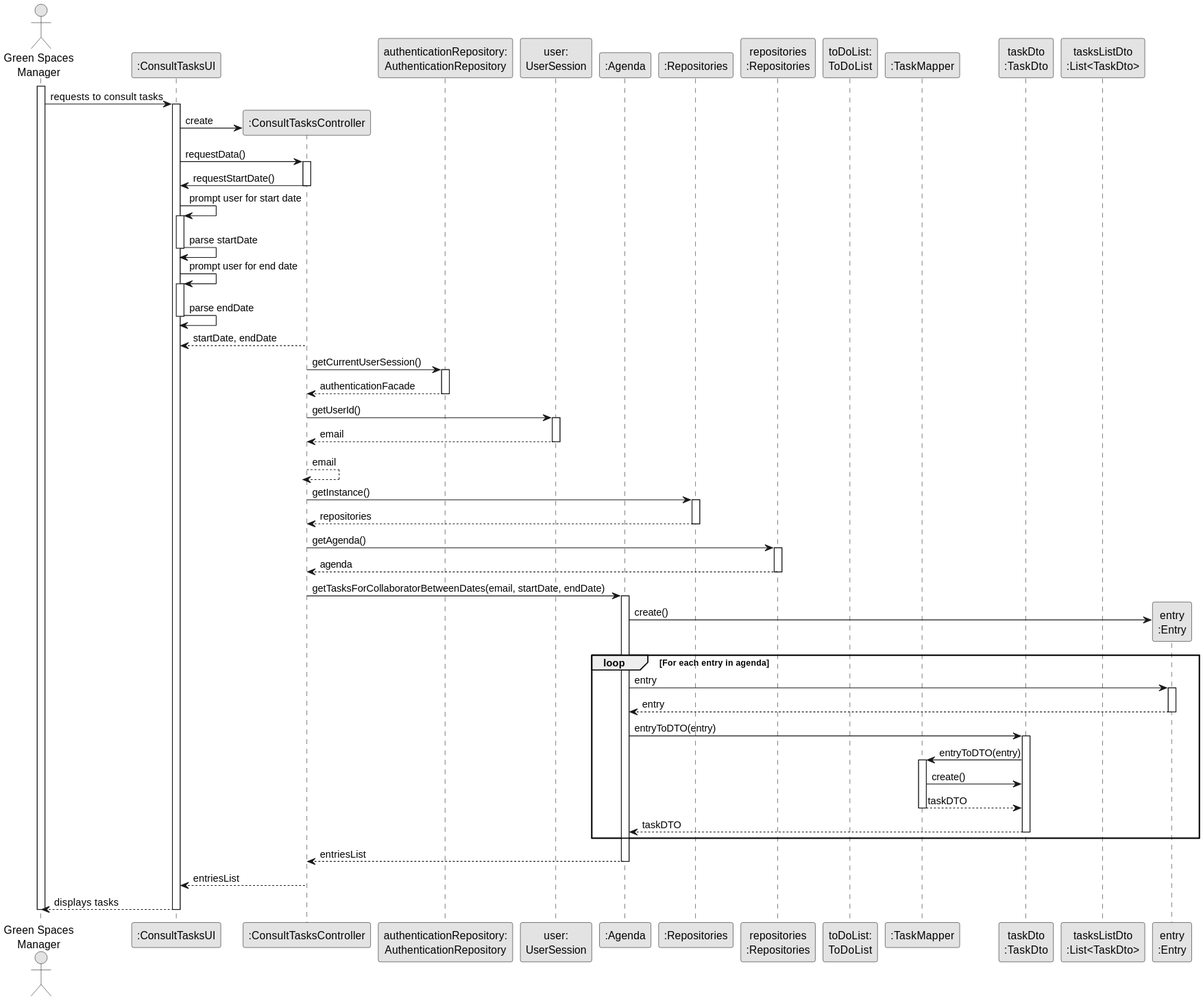
Before: docs/sprintA&B&C/us028/03.design/svg/us028-sequence-diagram-full.svg, a diagram exported from PlantUML (daniel41silva05/ISEP_2023_2024_LAPR2). Its diagram source:
```plantuml
@startuml
skinparam monochrome true
skinparam packageStyle rectangle
skinparam shadowing false

actor "Green Spaces\nManager" as GSM
participant ":ConsultTasksUI" as UI
participant ":ConsultTasksController" as CTRL
participant "authenticationRepository:\nAuthenticationRepository" as authentication
participant "user:\nUserSession" as user
participant ":Agenda" as agenda
participant ":Repositories" as REP
participant "repositories\n:Repositories" as REPS
participant "toDoList:\nToDoList" as toDoList
participant ":TaskMapper" as taskMAPPER
participant "taskDto\n:TaskDto" as taskDTO
participant "tasksListDto\n:List<TaskDto>" as taskListDTO
participant "entry\n:Entry" as ENTRY

activate GSM

    GSM -> UI : requests to consult tasks
    activate UI

        UI -> CTRL** : create

        UI -> CTRL : requestData()
        activate CTRL

            CTRL -> UI : requestStartDate()
            deactivate CTRL

            UI -> UI : prompt user for start date
            activate UI

            UI -> UI : parse startDate
            deactivate UI

            UI -> UI : prompt user for end date
            activate UI

            UI -> UI : parse endDate
            deactivate UI

            CTRL --> UI : startDate, endDate
            deactivate CTRL

        CTRL -> authentication : getCurrentUserSession()
        activate authentication

            authentication --> CTRL : authenticationFacade
            deactivate authentication

            CTRL -> user : getUserId()
            activate user

                user --> CTRL : email
                deactivate user

            CTRL --> CTRL : email
            deactivate CTRL

        CTRL -> REP : getInstance()
        activate REP

            REP --> CTRL : repositories
            deactivate REP

            CTRL -> REPS : getAgenda()
            activate REPS

                REPS --> CTRL : agenda
                deactivate REPS

                CTRL -> agenda : getTasksForCollaboratorBetweenDates(email, startDate, endDate)
                activate agenda

                    agenda -> ENTRY** : create()

                    loop For each entry in agenda

                        agenda -> ENTRY: entry
                        activate ENTRY

                        ENTRY --> agenda : entry
                        deactivate ENTRY

                        agenda -> taskDTO: entryToDTO(entry)
                        activate taskDTO

                            taskDTO -> taskMAPPER: entryToDTO(entry)
                            activate taskMAPPER

                                taskMAPPER -> taskDTO : create()

                            taskMAPPER --> taskDTO : taskDTO
                            deactivate taskMAPPER

                        taskDTO --> agenda : taskDTO
                        deactivate taskDTO

                    end

                agenda --> CTRL : entriesList
                deactivate agenda

            CTRL --> UI : entriesList
            deactivate CTRL

    UI --> GSM : displays tasks
    deactivate UI

deactivate GSM
@enduml
```
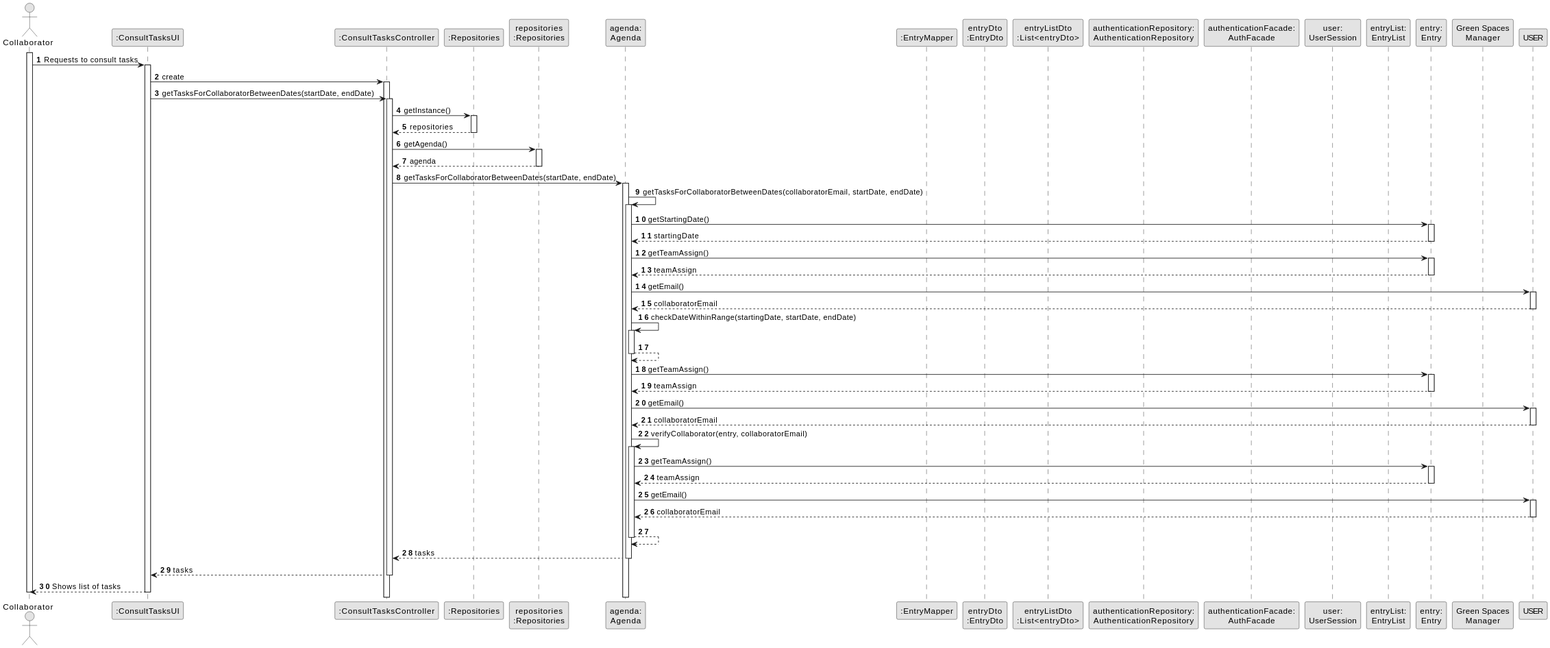
Later version of the same file.

Commit message:
US28 Split Sequence Diagram Correction

The edit, as a diff of the source:
```diff
@@ -3,112 +3,115 @@
 skinparam packageStyle rectangle
 skinparam shadowing false
 
-actor "Green Spaces\nManager" as GSM
+autonumber
+
+actor "Collaborator" as COLLABORATOR
 participant ":ConsultTasksUI" as UI
 participant ":ConsultTasksController" as CTRL
-participant "authenticationRepository:\nAuthenticationRepository" as authentication
-participant "user:\nUserSession" as user
-participant ":Agenda" as agenda
 participant ":Repositories" as REP
 participant "repositories\n:Repositories" as REPS
-participant "toDoList:\nToDoList" as toDoList
-participant ":TaskMapper" as taskMAPPER
-participant "taskDto\n:TaskDto" as taskDTO
-participant "tasksListDto\n:List<TaskDto>" as taskListDTO
-participant "entry\n:Entry" as ENTRY
+participant "agenda:\nAgenda" as AGENDA
+participant ":EntryMapper" as entryMAPPER
+participant "entryDto\n:EntryDto" as entryDTO
+participant "entryListDto\n:List<entryDto>" as entryListDTO
+participant "authenticationRepository:\nAuthenticationRepository" as authentication
+participant "authenticationFacade:\nAuthFacade" as authFacade
+participant "user:\nUserSession" as user
+participant "entryList:\nEntryList" as entryList
+participant "entry:\nEntry" as ENTRY
+participant "Green Spaces\nManager" as GSM
 
-activate GSM
+activate COLLABORATOR
 
-    GSM -> UI : requests to consult tasks
-    activate UI
+COLLABORATOR -> UI : Requests to consult tasks
+activate UI
 
-        UI -> CTRL** : create
+    UI -> CTRL : create
+    activate CTRL
 
-        UI -> CTRL : requestData()
-        activate CTRL
-
-            CTRL -> UI : requestStartDate()
-            deactivate CTRL
-
-            UI -> UI : prompt user for start date
-            activate UI
-
-            UI -> UI : parse startDate
-            deactivate UI
-
-            UI -> UI : prompt user for end date
-            activate UI
-
-            UI -> UI : parse endDate
-            deactivate UI
-
-            CTRL --> UI : startDate, endDate
-            deactivate CTRL
-
-        CTRL -> authentication : getCurrentUserSession()
-        activate authentication
-
-            authentication --> CTRL : authenticationFacade
-            deactivate authentication
-
-            CTRL -> user : getUserId()
-            activate user
-
-                user --> CTRL : email
-                deactivate user
-
-            CTRL --> CTRL : email
-            deactivate CTRL
+    UI -> CTRL : getTasksForCollaboratorBetweenDates(startDate, endDate)
+    activate CTRL
 
         CTRL -> REP : getInstance()
         activate REP
 
-            REP --> CTRL : repositories
-            deactivate REP
+        REP --> CTRL: repositories
+        deactivate REP
 
-            CTRL -> REPS : getAgenda()
-            activate REPS
+        CTRL -> REPS : getAgenda()
+        activate REPS
 
-                REPS --> CTRL : agenda
-                deactivate REPS
+        REPS --> CTRL: agenda
+        deactivate REPS
 
-                CTRL -> agenda : getTasksForCollaboratorBetweenDates(email, startDate, endDate)
-                activate agenda
+        CTRL -> AGENDA : getTasksForCollaboratorBetweenDates(startDate, endDate)
+        activate AGENDA
 
-                    agenda -> ENTRY** : create()
+            AGENDA -> AGENDA : getTasksForCollaboratorBetweenDates(collaboratorEmail, startDate, endDate)
+            activate AGENDA
 
-                    loop For each entry in agenda
+                AGENDA -> ENTRY : getStartingDate()
+                activate ENTRY
 
-                        agenda -> ENTRY: entry
-                        activate ENTRY
+                ENTRY --> AGENDA : startingDate
+                deactivate ENTRY
 
-                        ENTRY --> agenda : entry
-                        deactivate ENTRY
+                AGENDA -> ENTRY : getTeamAssign()
+                activate ENTRY
 
-                        agenda -> taskDTO: entryToDTO(entry)
-                        activate taskDTO
+                ENTRY --> AGENDA : teamAssign
+                deactivate ENTRY
 
-                            taskDTO -> taskMAPPER: entryToDTO(entry)
-                            activate taskMAPPER
+                AGENDA -> USER : getEmail()
+                activate USER
 
-                                taskMAPPER -> taskDTO : create()
+                USER --> AGENDA : collaboratorEmail
+                deactivate USER
 
-                            taskMAPPER --> taskDTO : taskDTO
-                            deactivate taskMAPPER
+                AGENDA -> AGENDA : checkDateWithinRange(startingDate, startDate, endDate)
+                activate AGENDA
 
-                        taskDTO --> agenda : taskDTO
-                        deactivate taskDTO
+                AGENDA --> AGENDA
+                deactivate AGENDA
 
-                    end
+                AGENDA -> ENTRY : getTeamAssign()
+                activate ENTRY
 
-                agenda --> CTRL : entriesList
-                deactivate agenda
+                ENTRY --> AGENDA : teamAssign
+                deactivate ENTRY
 
-            CTRL --> UI : entriesList
-            deactivate CTRL
+                AGENDA -> USER : getEmail()
+                activate USER
 
-    UI --> GSM : displays tasks
+                USER --> AGENDA : collaboratorEmail
+                deactivate USER
+
+                AGENDA -> AGENDA : verifyCollaborator(entry, collaboratorEmail)
+                activate AGENDA
+
+                    AGENDA -> ENTRY : getTeamAssign()
+                    activate ENTRY
+
+                    ENTRY --> AGENDA : teamAssign
+                    deactivate ENTRY
+
+                    AGENDA -> USER : getEmail()
+                    activate USER
+
+                    USER --> AGENDA : collaboratorEmail
+                    deactivate USER
+
+                AGENDA --> AGENDA
+                deactivate AGENDA
+
+            AGENDA --> CTRL : tasks
+            deactivate AGENDA
+
+        CTRL --> UI : tasks
+        deactivate CTRL
+
+    UI --> COLLABORATOR : Shows list of tasks
     deactivate UI
 
-deactivate GSM
+deactivate COLLABORATOR
 @enduml
```
